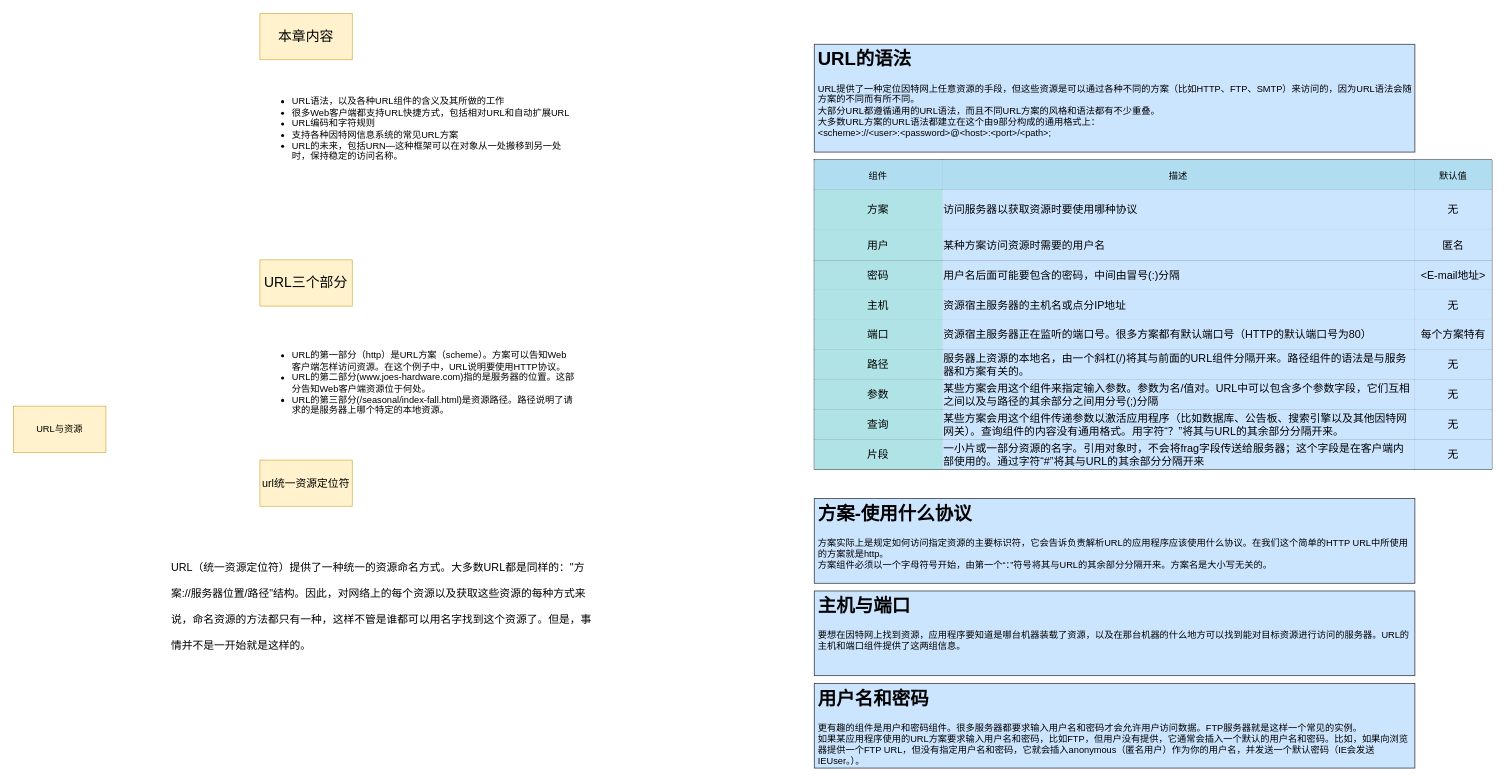
Before: http深度学习_2.drawio in xionghailong1205/myh5learning, a draw.io diagram. Source tidied: cells renumbered, new cells numbered last; positions are measured from the earlier drawing's top-left corner, leaving out a move shared by most shapes. Both pictures are drawn from the tidied source at 77%, with x=0, y=0 at pixel (13, 13).
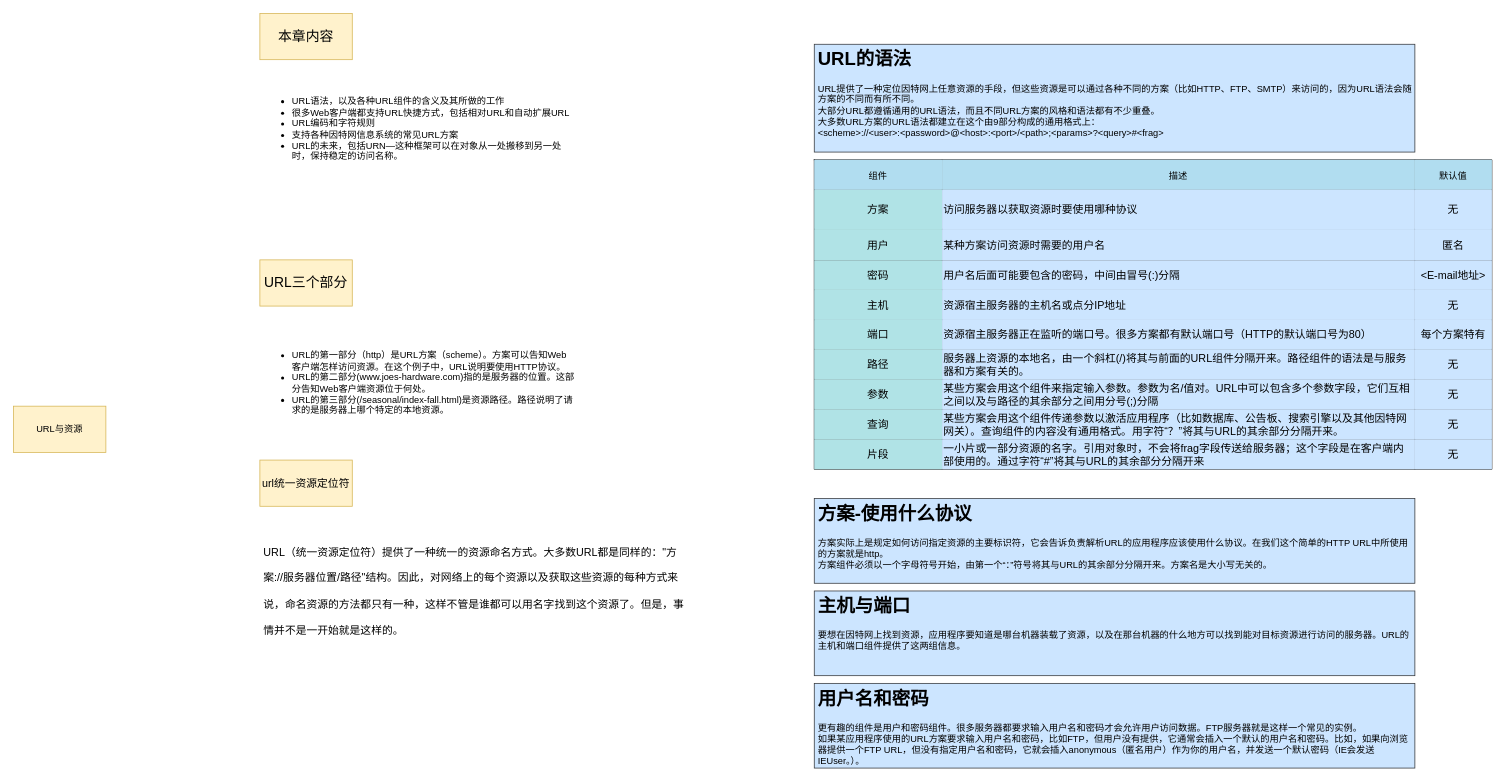
After the change.

Commit message (it also covers changes not shown here):
更新http深度学习_2.drawio

The edit, as a diff of the source:
```diff
@@
     <mxCell id="8" value="&lt;h1&gt;&lt;span style=&quot;background-color: initial; font-size: 14px; font-weight: normal;&quot;&gt;URL（统一资源定位符）提供了一种统一的资源命名方式。大多数URL都是同样的：&quot;方案://服务器位置/路径&quot;结构。因此，对网络上的每个资源以及获取这些资源的每种方式来说，命名资源的方法都只有一种，这样不管是谁都可以用名字找到这个资源了。但是，事情并不是一开始就是这样的。&lt;/span&gt;&lt;br&gt;&lt;/h1&gt;" style="text;html=1;strokeColor=none;fillColor=none;spacing=5;spacingTop=-20;whiteSpace=wrap;overflow=hidden;rounded=0;fontSize=14;" parent="1" vertex="1">
-      <mxGeometry x="200" y="690" width="560" height="160" as="geometry" />
+      <mxGeometry x="320" y="670" width="560" height="160" as="geometry" />
     </mxCell>
@@
-    <mxCell id="50" value="&lt;h1&gt;URL的语法&lt;/h1&gt;&lt;div&gt;URL提供了一种定位因特网上任意资源的手段，但这些资源是可以通过各种不同的方案（比如HTTP、FTP、SMTP）来访问的，因为URL语法会随方案的不同而有所不同。&lt;/div&gt;&lt;div&gt;大部分URL都遵循通用的URL语法，而且不同URL方案的风格和语法都有不少重叠。&lt;/div&gt;&lt;div&gt;大多数URL方案的URL语法都建立在这个由9部分构成的通用格式上：&lt;/div&gt;&lt;div&gt;&amp;lt;scheme&amp;gt;://&amp;lt;user&amp;gt;:&amp;lt;password&amp;gt;@&amp;lt;host&amp;gt;:&amp;lt;port&amp;gt;/&amp;lt;path&amp;gt;;&lt;/div&gt;" style="text;html=1;strokeColor=#36393d;fillColor=#cce5ff;spacing=5;spacingTop=-20;whiteSpace=wrap;overflow=hidden;rounded=0;fontSize=12;" parent="1" vertex="1">
+    <mxCell id="50" value="&lt;h1&gt;URL的语法&lt;/h1&gt;&lt;div&gt;URL提供了一种定位因特网上任意资源的手段，但这些资源是可以通过各种不同的方案（比如HTTP、FTP、SMTP）来访问的，因为URL语法会随方案的不同而有所不同。&lt;/div&gt;&lt;div&gt;大部分URL都遵循通用的URL语法，而且不同URL方案的风格和语法都有不少重叠。&lt;/div&gt;&lt;div&gt;大多数URL方案的URL语法都建立在这个由9部分构成的通用格式上：&lt;/div&gt;&lt;div&gt;&amp;lt;scheme&amp;gt;://&amp;lt;user&amp;gt;:&amp;lt;password&amp;gt;@&amp;lt;host&amp;gt;:&amp;lt;port&amp;gt;/&amp;lt;path&amp;gt;;&amp;lt;params&amp;gt;?&amp;lt;query&amp;gt;#&amp;lt;frag&amp;gt;&lt;/div&gt;" style="text;html=1;strokeColor=#36393d;fillColor=#cce5ff;spacing=5;spacingTop=-20;whiteSpace=wrap;overflow=hidden;rounded=0;fontSize=12;" parent="1" vertex="1">
       <mxGeometry x="1040" y="40" width="780" height="140" as="geometry" />
     </mxCell>
```
